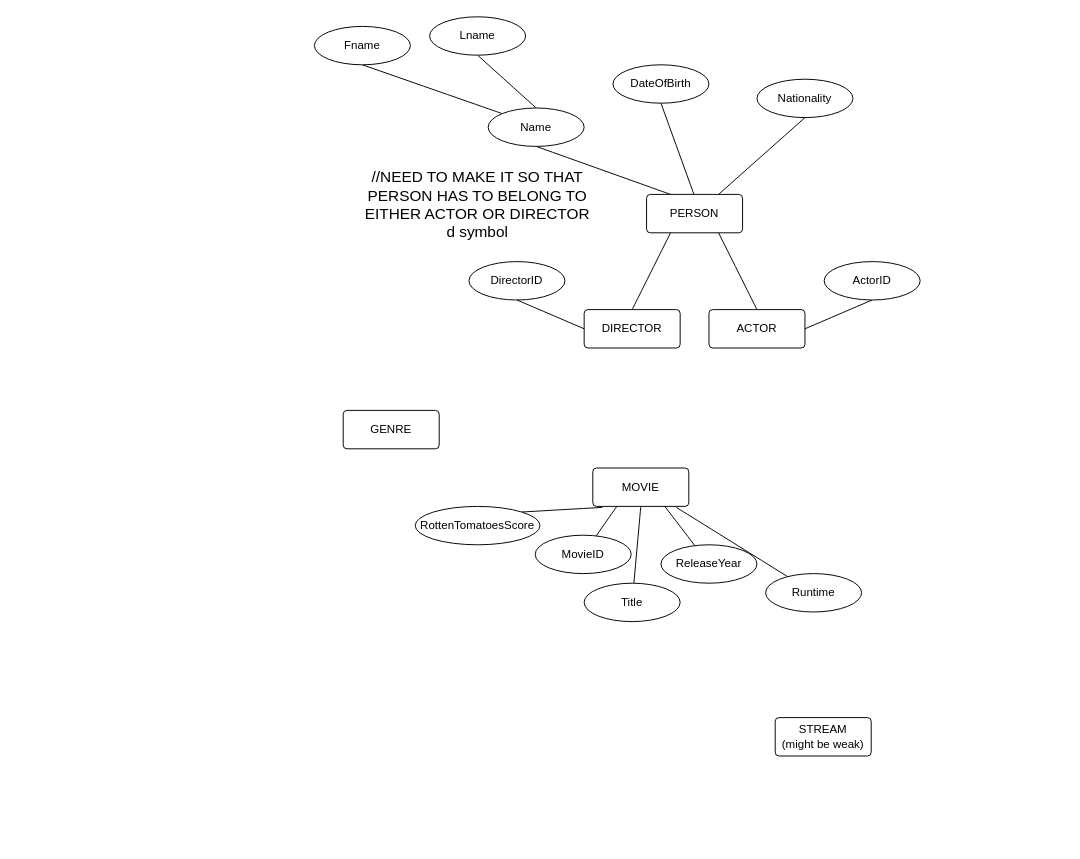
Before: MovieBaseEER.drawio in miguelTrC/MovieBaseDB, a draw.io diagram. Source tidied: cells renumbered, new cells numbered last; positions are measured from the earlier drawing's top-left corner, leaving out a move shared by most shapes. Both pictures are drawn from the tidied source at 96%, with x=0, y=0 at pixel (314, 16).
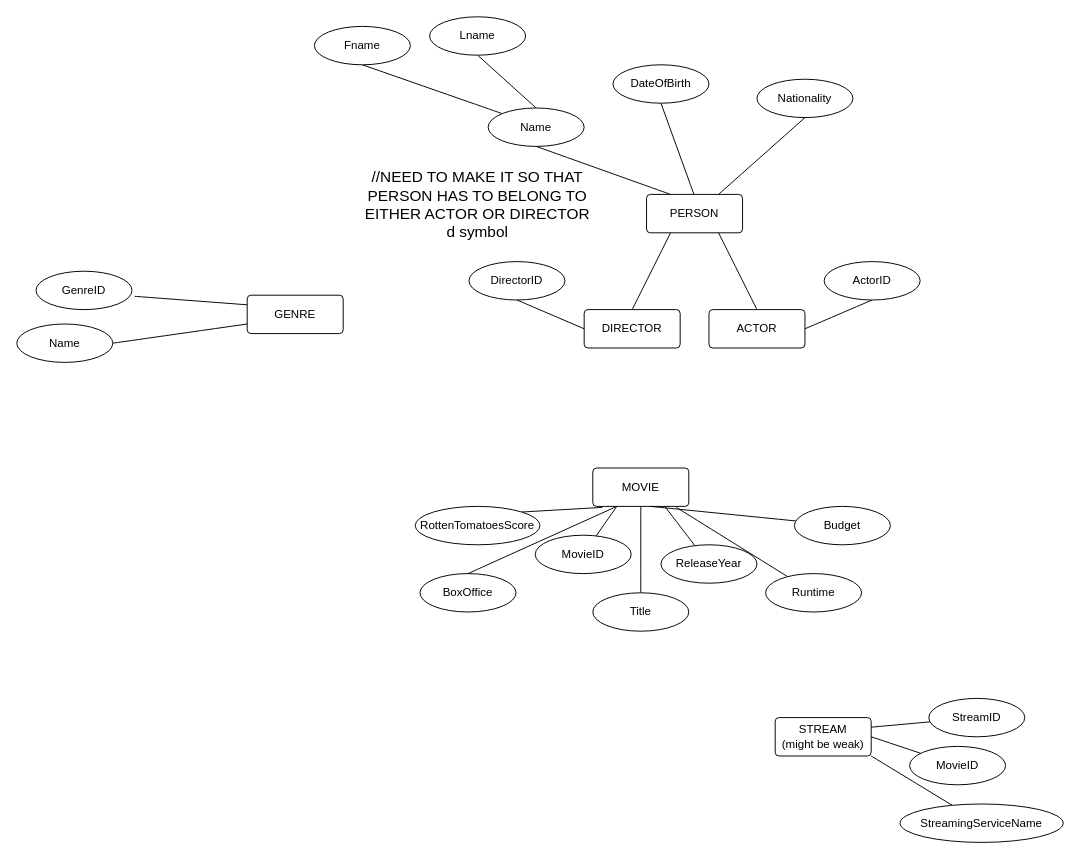
The same diagram, later.

Unchanged cells that the change refers to:
```xml
<mxCell id="12" value="MOVIE" style="rounded=1;arcSize=10;whiteSpace=wrap;html=1;align=center;" parent="1" vertex="1">
  <mxGeometry x="290" y="470" width="100" height="40" as="geometry" />
</mxCell>
<mxCell id="14" value="&lt;div&gt;STREAM&lt;/div&gt;&lt;div&gt;(might be weak)&lt;br&gt;&lt;/div&gt;" style="rounded=1;arcSize=10;whiteSpace=wrap;html=1;align=center;" parent="1" vertex="1">
  <mxGeometry x="480" y="730" width="100" height="40" as="geometry" />
</mxCell>
```

The edit, as a diff of the source:
```diff
@@
     <mxCell id="13" value="GENRE" style="rounded=1;arcSize=10;whiteSpace=wrap;html=1;align=center;" parent="1" vertex="1">
-      <mxGeometry x="30" y="410" width="100" height="40" as="geometry" />
+      <mxGeometry x="-70" y="290" width="100" height="40" as="geometry" />
     </mxCell>
@@
     <mxCell id="28" value="Title" style="ellipse;whiteSpace=wrap;html=1;align=center;" parent="1" vertex="1">
-      <mxGeometry x="281" y="590" width="100" height="40" as="geometry" />
+      <mxGeometry x="290" y="600" width="100" height="40" as="geometry" />
     </mxCell>
@@
+    <mxCell id="35" style="endArrow=none;html=1;rounded=0;fontSize=12;startSize=8;endSize=8;curved=1;" parent="1" edge="1" target="36">
+      <mxGeometry relative="1" as="geometry">
+        <mxPoint x="350" y="510" as="sourcePoint" />
+      </mxGeometry>
+    </mxCell>
+    <mxCell id="36" value="Budget" style="ellipse;whiteSpace=wrap;html=1;align=center;" parent="1" vertex="1">
+      <mxGeometry x="500" y="510" width="100" height="40" as="geometry" />
+    </mxCell>
+    <mxCell id="37" style="endArrow=none;html=1;rounded=0;fontSize=12;startSize=8;endSize=8;curved=1;entryX=0.25;entryY=1;entryDx=0;entryDy=0;exitX=0.5;exitY=0;exitDx=0;exitDy=0;" parent="1" edge="1" source="38" target="12">
+      <mxGeometry relative="1" as="geometry" />
+    </mxCell>
+    <mxCell id="38" value="BoxOffice" style="ellipse;whiteSpace=wrap;html=1;align=center;" parent="1" vertex="1">
+      <mxGeometry x="110" y="580" width="100" height="40" as="geometry" />
+    </mxCell>
+    <mxCell id="39" style="endArrow=none;html=1;rounded=0;fontSize=12;startSize=8;endSize=8;curved=1;entryX=0;entryY=0.25;entryDx=0;entryDy=0;exitX=1.028;exitY=0.654;exitDx=0;exitDy=0;exitPerimeter=0;" parent="1" edge="1" source="40" target="13">
+      <mxGeometry relative="1" as="geometry" />
+    </mxCell>
+    <mxCell id="40" value="GenreID" style="ellipse;whiteSpace=wrap;html=1;align=center;" parent="1" vertex="1">
+      <mxGeometry x="-290" y="265" width="100" height="40" as="geometry" />
+    </mxCell>
+    <mxCell id="41" style="endArrow=none;html=1;rounded=0;fontSize=12;startSize=8;endSize=8;curved=1;entryX=0;entryY=0.75;entryDx=0;entryDy=0;exitX=1;exitY=0.5;exitDx=0;exitDy=0;" parent="1" edge="1" source="42" target="13">
+      <mxGeometry relative="1" as="geometry" />
+    </mxCell>
+    <mxCell id="42" value="Name" style="ellipse;whiteSpace=wrap;html=1;align=center;" parent="1" vertex="1">
+      <mxGeometry x="-310" y="320" width="100" height="40" as="geometry" />
+    </mxCell>
+    <mxCell id="43" style="endArrow=none;html=1;rounded=0;fontSize=12;startSize=8;endSize=8;curved=1;exitX=1;exitY=0.25;exitDx=0;exitDy=0;" parent="1" edge="1" source="14" target="44">
+      <mxGeometry relative="1" as="geometry" />
+    </mxCell>
+    <mxCell id="44" value="StreamID" style="ellipse;whiteSpace=wrap;html=1;align=center;" parent="1" vertex="1">
+      <mxGeometry x="640" y="710" width="100" height="40" as="geometry" />
+    </mxCell>
+    <mxCell id="45" style="endArrow=none;html=1;rounded=0;fontSize=12;startSize=8;endSize=8;curved=1;exitX=1;exitY=0.5;exitDx=0;exitDy=0;" parent="1" edge="1" source="14" target="46">
+      <mxGeometry relative="1" as="geometry" />
+    </mxCell>
+    <mxCell id="46" value="MovieID" style="ellipse;whiteSpace=wrap;html=1;align=center;" parent="1" vertex="1">
+      <mxGeometry x="620" y="760" width="100" height="40" as="geometry" />
+    </mxCell>
+    <mxCell id="47" style="endArrow=none;html=1;rounded=0;fontSize=12;startSize=8;endSize=8;curved=1;exitX=1;exitY=1;exitDx=0;exitDy=0;" parent="1" edge="1" source="14" target="48">
+      <mxGeometry relative="1" as="geometry" />
+    </mxCell>
+    <mxCell id="48" value="StreamingServiceName" style="ellipse;whiteSpace=wrap;html=1;align=center;" parent="1" vertex="1">
+      <mxGeometry x="610" y="820" width="170" height="40" as="geometry" />
+    </mxCell>
```
